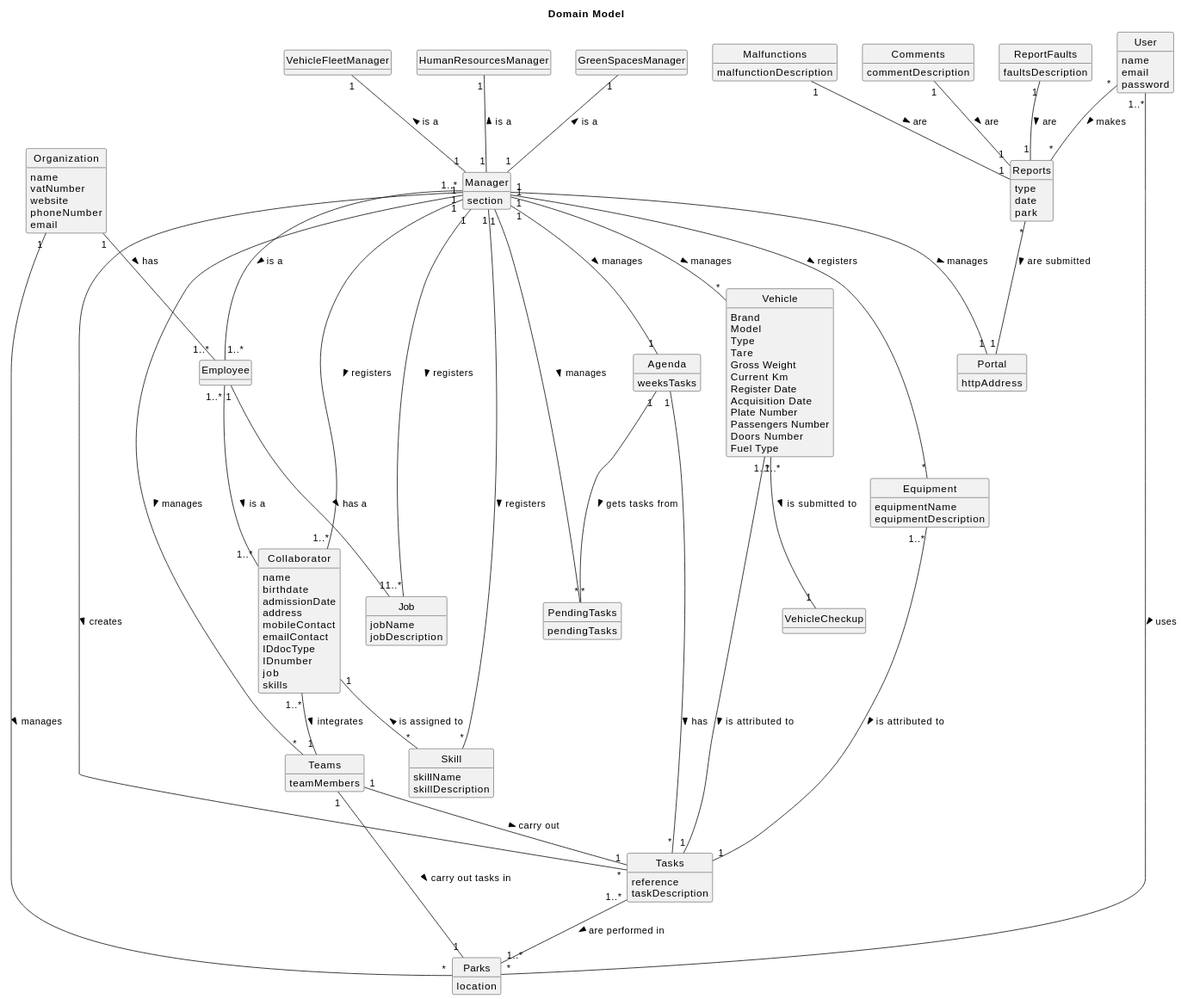
Paulo-Pereira-at-ISEP/lei-24-s2-1nanb-g321 keeps this PlantUML diagram as docs/sprintA/global-artifacts/02.analysis/svg/project-domain-model.svg. Above is the earlier version.
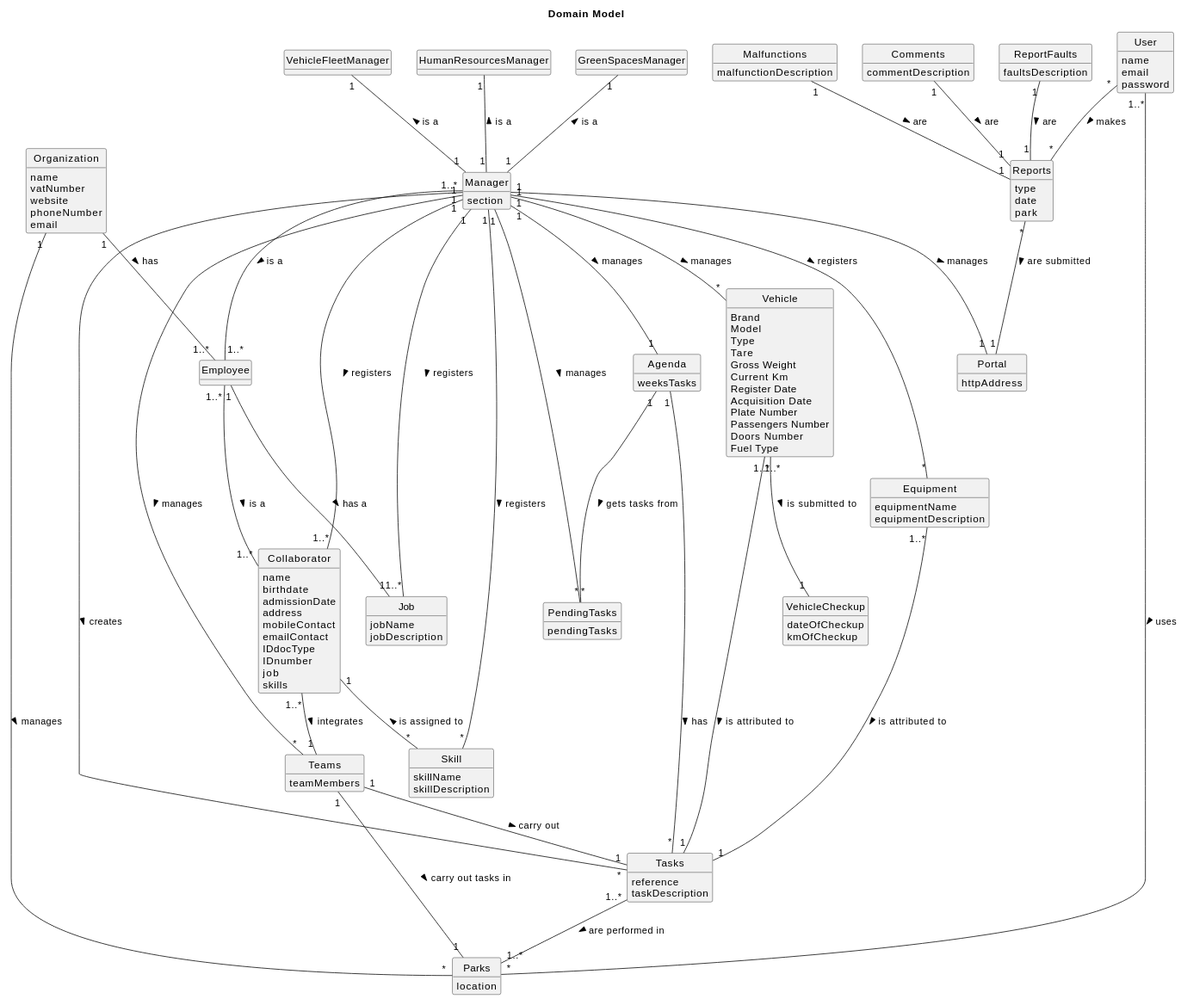
After the commit.

Commit message:
LGGPM-19 - Sprint A - Global Artefacts - domain model update

What changed in the source:
```diff
@@ -79,6 +79,8 @@
 }
 
 class VehicleCheckup{
+    dateOfCheckup
+    kmOfCheckup
 }
 
 class Equipment {
```
